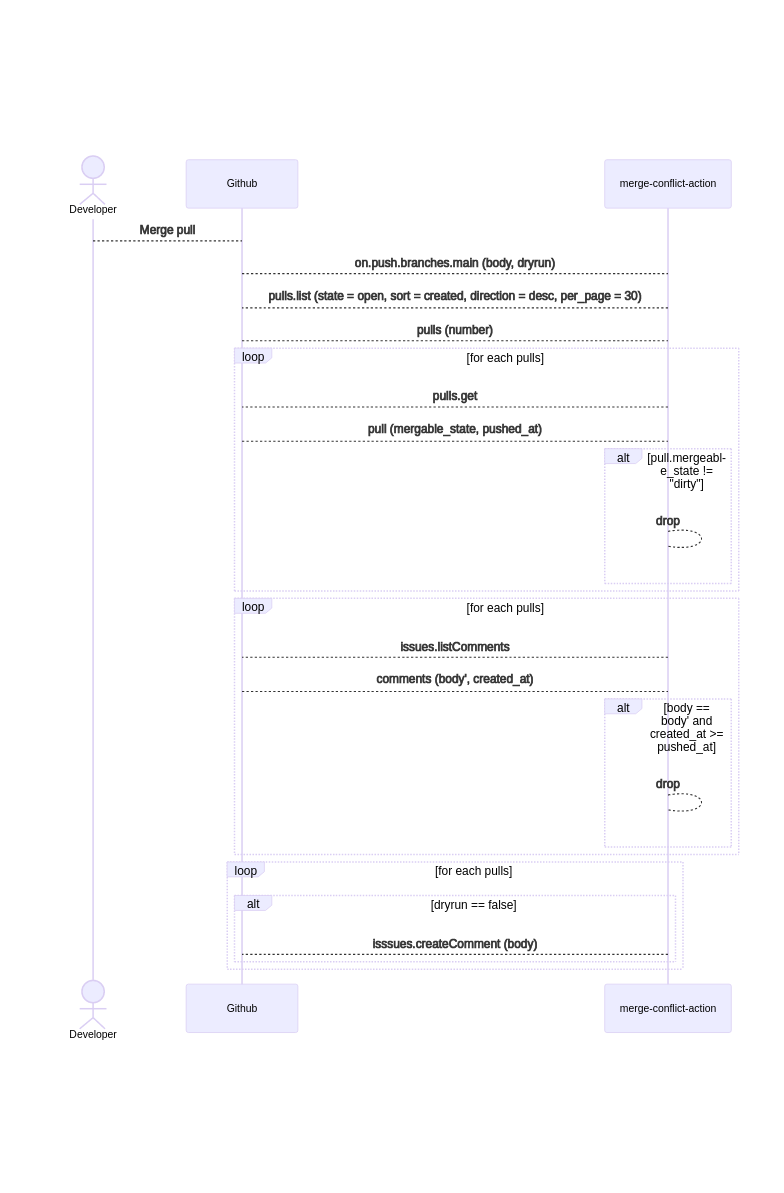
This is docs/assets/png/flow.png from nokamoto/merge-conflict-action, a Mermaid export, as it was before one commit. Its source is kept beside it as docs/assets/mmd/flow.mmd. Source of this version:
```mermaid
sequenceDiagram
    actor dev as Developer
    participant github as Github
    participant action as merge-conflict-action

    dev --> github : Merge pull
    github --> action : on.push.branches.main (body, dryrun)
    action --> github : pulls.list (state = open, sort = created, direction = desc, per_page = 30)
    github --> action : pulls (number)

    loop for each pulls
        action --> github : pulls.get
        github --> action : pull (mergable_state, pushed_at)
        alt pull.mergeable_state != "dirty"
            action --> action : drop
        end
    end

    loop for each pulls
        action --> github : issues.listComments
        github --> action : comments (body', created_at)
        alt body == body' and created_at >= pushed_at
            action --> action : drop
        end
    end

    loop for each pulls
        alt dryrun == false
            action --> github : isssues.createComment (body)
        end
    end
```
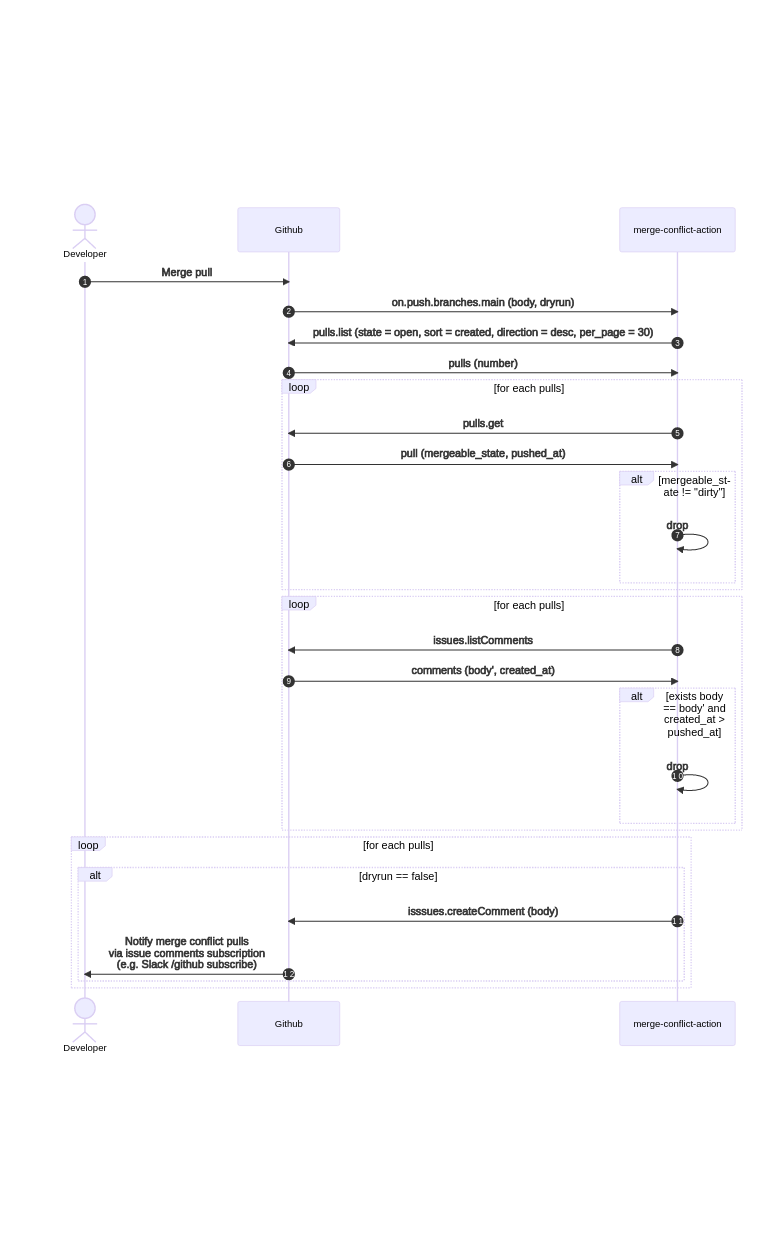
Later version of the same file.

What changed in the source:
```diff
@@ -1,31 +1,34 @@
 sequenceDiagram
+    autonumber
+
     actor dev as Developer
     participant github as Github
     participant action as merge-conflict-action
 
-    dev --> github : Merge pull
-    github --> action : on.push.branches.main (body, dryrun)
-    action --> github : pulls.list (state = open, sort = created, direction = desc, per_page = 30)
-    github --> action : pulls (number)
+    dev ->> github : Merge pull
+    github ->> action : on.push.branches.main (body, dryrun)
+    action ->> github : pulls.list (state = open, sort = created, direction = desc, per_page = 30)
+    github ->> action : pulls (number)
 
     loop for each pulls
-        action --> github : pulls.get
-        github --> action : pull (mergable_state, pushed_at)
-        alt pull.mergeable_state != "dirty"
-            action --> action : drop
+        action ->> github : pulls.get
+        github ->> action : pull (mergeable_state, pushed_at)
+        alt mergeable_state != "dirty"
+            action ->> action : drop
         end
     end
 
     loop for each pulls
-        action --> github : issues.listComments
-        github --> action : comments (body', created_at)
-        alt body == body' and created_at >= pushed_at
-            action --> action : drop
+        action ->> github : issues.listComments
+        github ->> action : comments (body', created_at)
+        alt exists body == body' and created_at > pushed_at
+            action ->> action : drop
         end
     end
 
     loop for each pulls
         alt dryrun == false
-            action --> github : isssues.createComment (body)
+            action ->> github : isssues.createComment (body)
+            github ->> dev : Notify merge conflict pulls <br> via issue comments subscription <br> (e.g. Slack /github subscribe)
         end
     end
```
